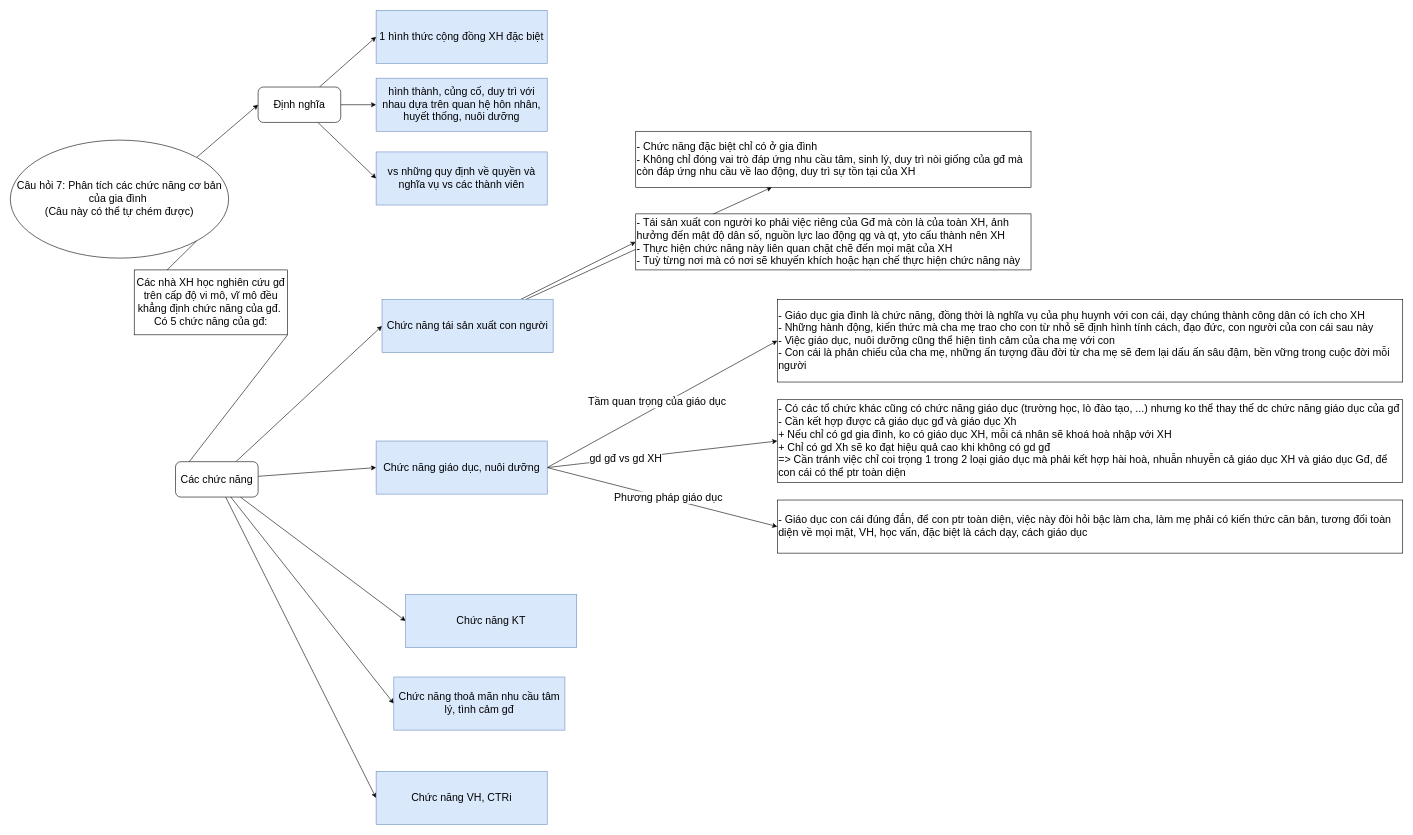
HARKINGS/UML keeps this draw.io diagram as 7CNXHKH.drawio. Above is the earlier version. Source tidied: cells renumbered, new cells numbered last; positions are measured from the earlier drawing's top-left corner, leaving out a move shared by most shapes. Both pictures are drawn from the tidied source at 59%, with x=0, y=0 at pixel (10, 10).
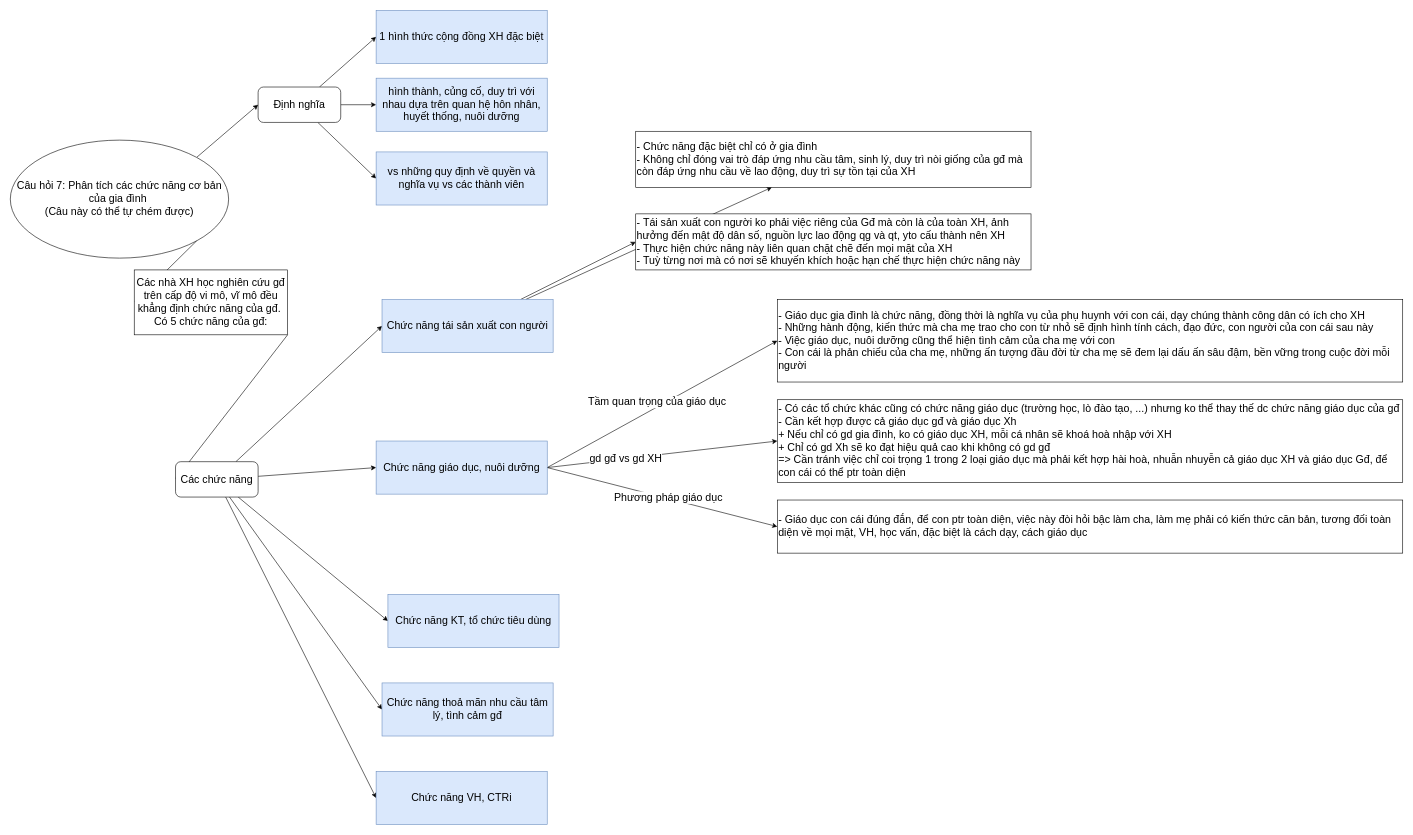
After the change.

Commit message:
Cập nhật 7CNXHKH.drawio

What changed in the source:
```diff
@@
-    <mxCell id="31" value="Chức năng KT" style="text;html=1;align=center;verticalAlign=middle;whiteSpace=wrap;rounded=0;fillColor=#dae8fc;strokeColor=#6c8ebf;fontSize=18;" parent="1" vertex="1">
-      <mxGeometry x="670" y="990" width="290" height="90" as="geometry" />
+    <mxCell id="31" value="Chức năng KT, tổ chức tiêu dùng" style="text;html=1;align=center;verticalAlign=middle;whiteSpace=wrap;rounded=0;fillColor=#dae8fc;strokeColor=#6c8ebf;fontSize=18;" parent="1" vertex="1">
+      <mxGeometry x="640" y="990" width="290" height="90" as="geometry" />
     </mxCell>
     <mxCell id="32" value="Chức năng thoả mãn nhu cầu tâm lý, tình cảm gđ" style="text;html=1;align=center;verticalAlign=middle;whiteSpace=wrap;rounded=0;fillColor=#dae8fc;strokeColor=#6c8ebf;fontSize=18;" parent="1" vertex="1">
-      <mxGeometry x="650" y="1130" width="290" height="90" as="geometry" />
+      <mxGeometry x="630" y="1140" width="290" height="90" as="geometry" />
     </mxCell>
```
